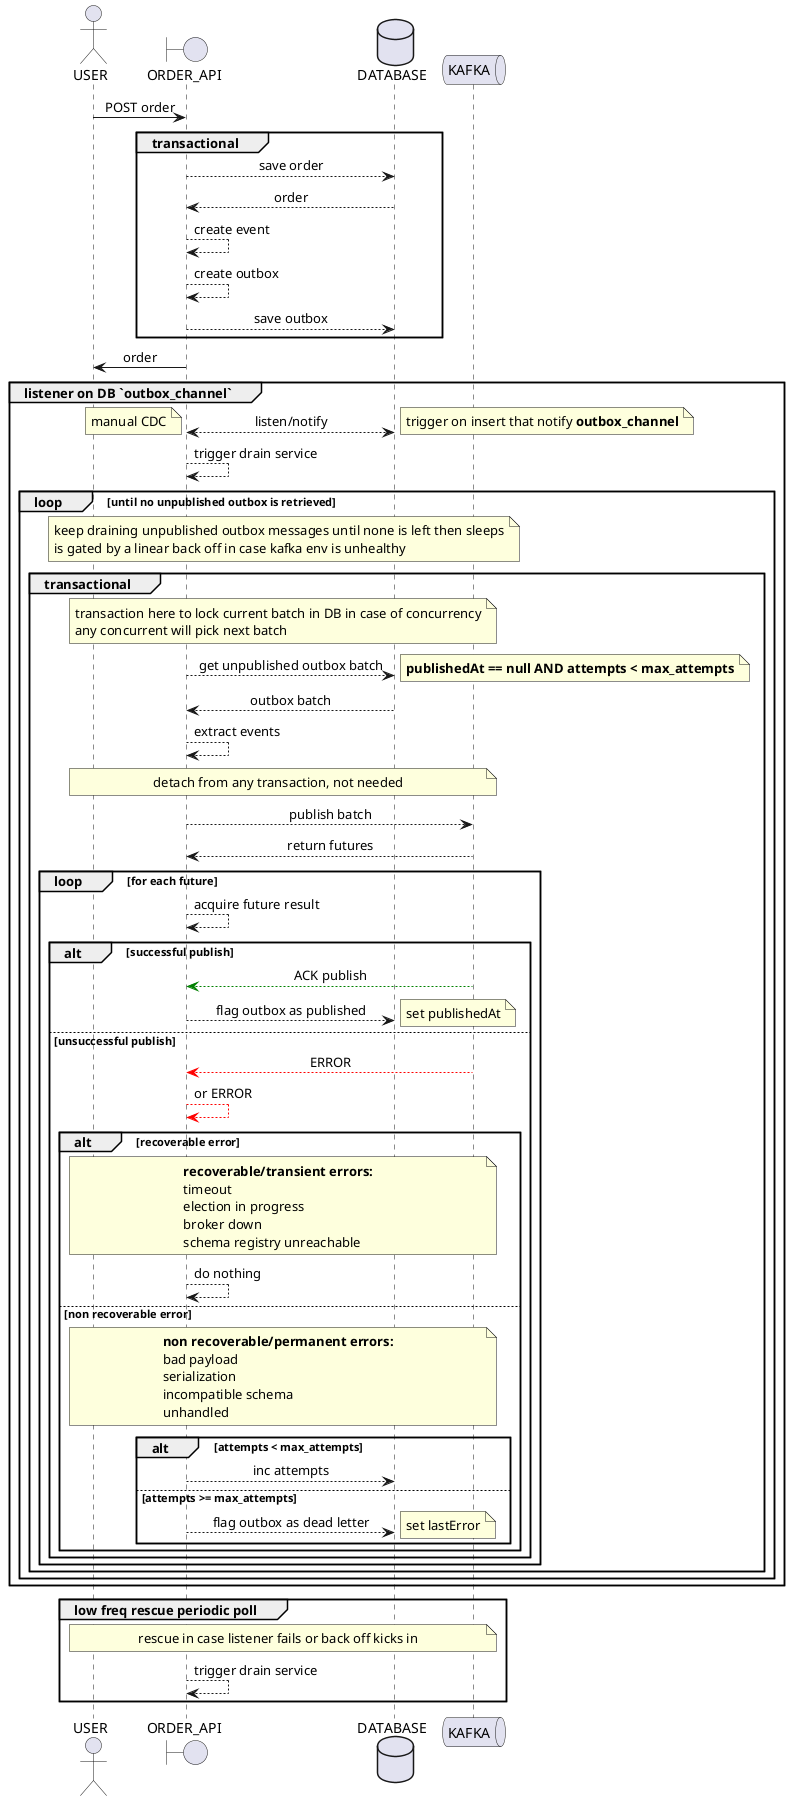
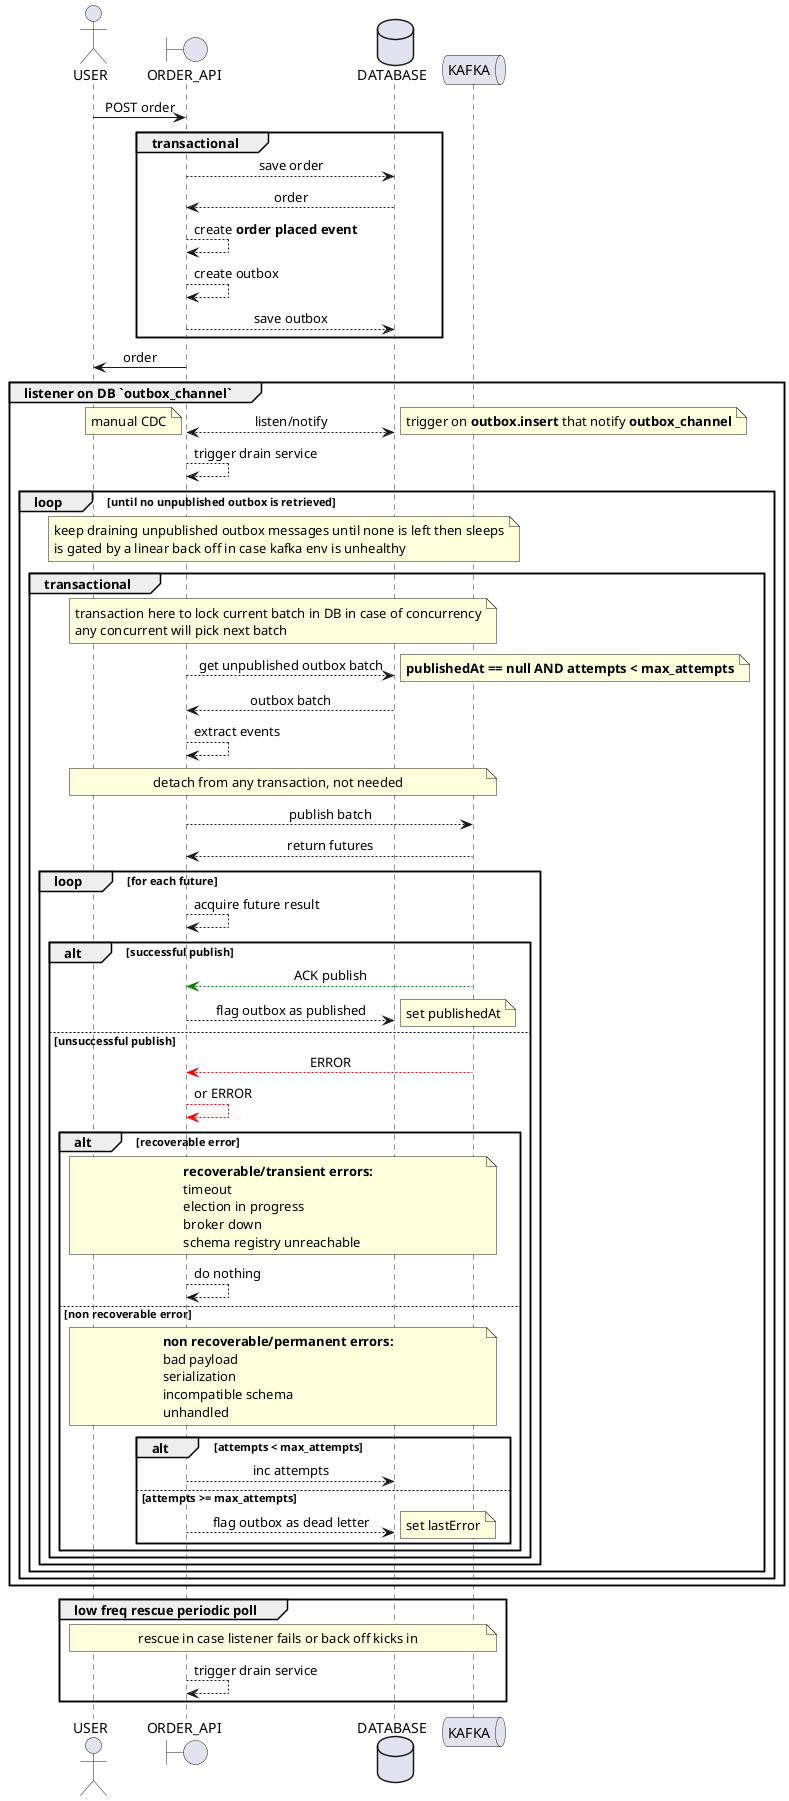
@startuml
skinparam sequenceMessageAlign center

actor USER as U
boundary ORDER_API as API
database DATABASE as DB
queue KAFKA as K

- U -> API : POST order
+ U -> API: POST order
group transactional
-     API --> DB : save order
-     DB --> API : order
-     API --> API : create event
-     API --> API : create outbox
-     API --> DB : save outbox
+     API --> DB: save order
+     DB --> API: order
+     API --> API: create **order placed event**
+     API --> API: create outbox
+     API --> DB: save outbox
end
- API -> U : order
+ API -> U: order

group listener on DB `outbox_channel`
    API <--> DB: listen/notify
    note left: manual CDC
-     note right: trigger on insert that notify **outbox_channel**
+     note right: trigger on **outbox.insert** that notify **outbox_channel**
    API --> API: trigger drain service
    loop until no unpublished outbox is retrieved
        note across: keep draining unpublished outbox messages until none is left then sleeps\nis gated by a linear back off in case kafka env is unhealthy
        group transactional
            note across: transaction here to lock current batch in DB in case of concurrency\nany concurrent will pick next batch
-             API --> DB : get unpublished outbox batch
+             API --> DB: get unpublished outbox batch
            note right: **publishedAt == null AND attempts < max_attempts**
-             DB --> API : outbox batch
-             API --> API : extract events
+             DB --> API: outbox batch
+             API --> API: extract events
            note across: detach from any transaction, not needed
-             API --> K : publish batch
+             API --> K: publish batch
            K --> API: return futures
            loop for each future
-                 API --> API : acquire future result
+                 API --> API: acquire future result
                alt successful publish
-                     K -[#green]-> API : ACK publish
-                     API --> DB : flag outbox as published
+                     K -[#green]-> API: ACK publish
+                     API --> DB: flag outbox as published
                    note right: set publishedAt
                else unsuccessful publish
-                     K -[#red]-> API : ERROR
-                     API -[#red]-> API : or ERROR
+                     K -[#red]-> API: ERROR
+                     API -[#red]-> API: or ERROR
                    alt recoverable error
                        note across
                            **recoverable/transient errors:**
                            timeout
                            election in progress
                            broker down
                            schema registry unreachable
                        end note
-                         API --> API : do nothing
+                         API --> API: do nothing
                    else non recoverable error
                        note across
                            **non recoverable/permanent errors:**
                            bad payload
                            serialization
                            incompatible schema
                            unhandled
                        end note
                        alt attempts < max_attempts
-                             API --> DB : inc attempts
+                             API --> DB: inc attempts
                        else attempts >= max_attempts
-                             API --> DB : flag outbox as dead letter
+                             API --> DB: flag outbox as dead letter
                            note right: set lastError
                        end
                    end
                end
            end
        end
    end
end

group low freq rescue periodic poll
    note across: rescue in case listener fails or back off kicks in
    API --> API: trigger drain service
end
@enduml
